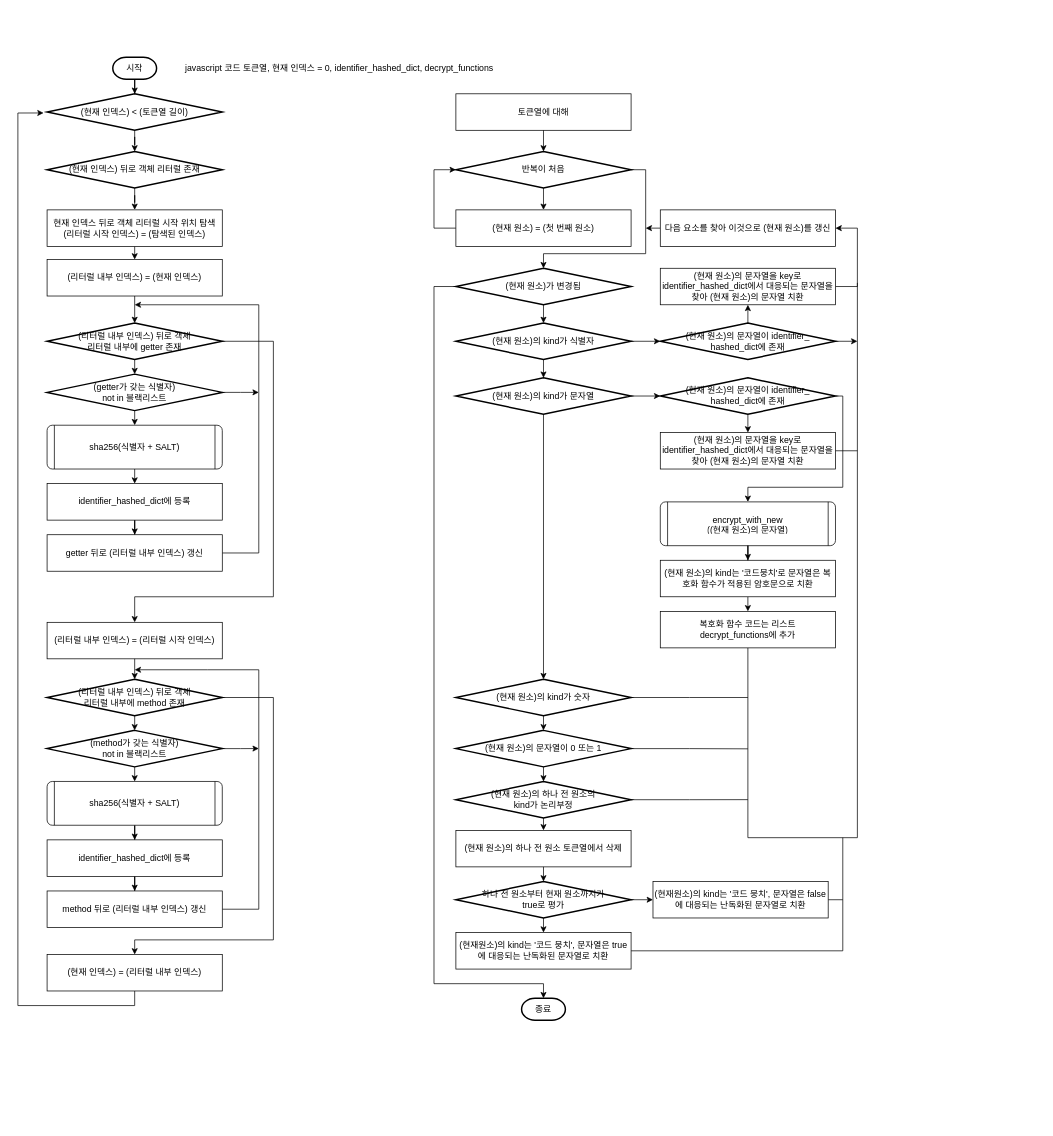
This is obfuscator.drawio from Choi-Suhyeon/ulangCompiler, a draw.io file, before an edit. Source tidied: cells renumbered, new cells numbered last; positions are measured from the earlier drawing's top-left corner, leaving out a move shared by most shapes. Both pictures are drawn from the tidied source at 73%, with x=0, y=0 at pixel (18, 57).
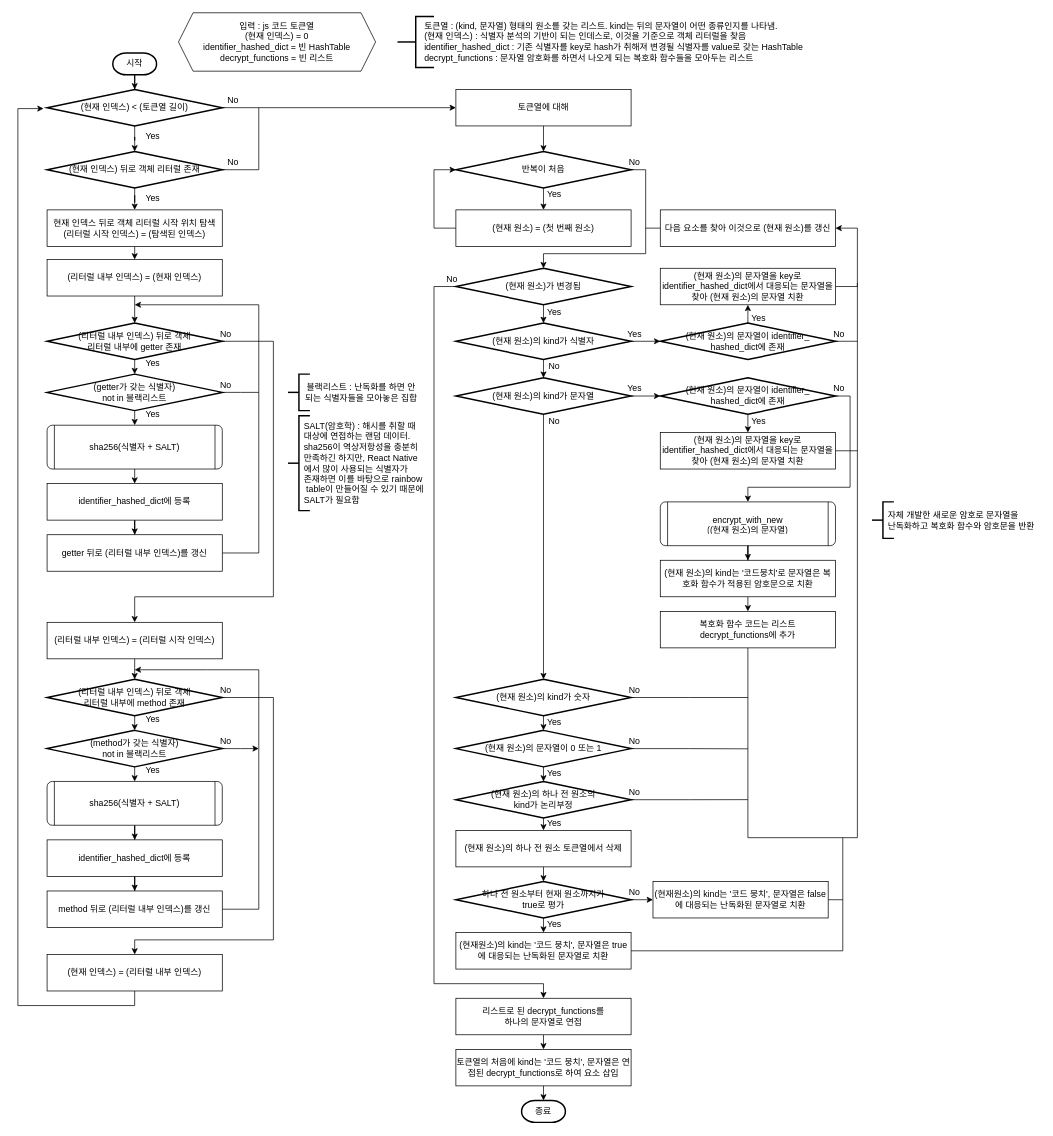
After the change.

Unchanged cells that the change refers to:
```xml
<mxCell id="13" value="(getter가 갖는 식별자) &lt;br&gt;not in 블랙리스트" style="strokeWidth=2;html=1;shape=mxgraph.flowchart.decision;whiteSpace=wrap;" parent="1" vertex="1">
  <mxGeometry x="40" y="434" width="240" height="50" as="geometry" />
</mxCell>
<mxCell id="40" value="(현재 인덱스) = (리터럴 내부 인덱스)" style="rounded=0;whiteSpace=wrap;html=1;" parent="1" vertex="1">
  <mxGeometry x="40" y="1229" width="240" height="50" as="geometry" />
</mxCell>
<mxCell id="42" value="(현재 인덱스) 뒤로 객체 리터럴 존재" style="strokeWidth=2;html=1;shape=mxgraph.flowchart.decision;whiteSpace=wrap;" parent="1" vertex="1">
  <mxGeometry x="40" y="129" width="240" height="50" as="geometry" />
</mxCell>
<mxCell id="51" value="(현재 원소)가 변경됨" style="strokeWidth=2;html=1;shape=mxgraph.flowchart.decision;whiteSpace=wrap;" parent="1" vertex="1">
  <mxGeometry x="600" y="289" width="240" height="50" as="geometry" />
</mxCell>
<mxCell id="55" value="(현재 원소)의 문자열이 identifier_&lt;br&gt;hashed_dict에 존재" style="strokeWidth=2;html=1;shape=mxgraph.flowchart.decision;whiteSpace=wrap;" parent="1" vertex="1">
  <mxGeometry x="880" y="364" width="240" height="50" as="geometry" />
</mxCell>
<mxCell id="63" value="(현재 원소)의 문자열이 identifier_&lt;br&gt;hashed_dict에 존재" style="strokeWidth=2;html=1;shape=mxgraph.flowchart.decision;whiteSpace=wrap;" parent="1" vertex="1">
  <mxGeometry x="880" y="439" width="240" height="50" as="geometry" />
</mxCell>
<mxCell id="68" style="verticalLabelPosition=bottom;verticalAlign=top;html=1;shape=process;whiteSpace=wrap;rounded=1;size=0.041666666666666664;arcSize=12;" parent="67" vertex="1">
  <mxGeometry width="240" height="60" as="geometry" />
</mxCell>
<mxCell id="95" value="다음 요소를 찾아 이것으로 (현재 원소)를 갱신" style="rounded=0;whiteSpace=wrap;html=1;" parent="1" vertex="1">
  <mxGeometry x="880" y="209" width="240" height="50" as="geometry" />
</mxCell>
```

The edit, as a diff of the source:
```diff
@@
     <mxCell id="3" value="시작" style="strokeWidth=2;html=1;shape=mxgraph.flowchart.terminator;whiteSpace=wrap;" parent="1" vertex="1">
-      <mxGeometry x="130" width="60" height="30" as="geometry" />
+      <mxGeometry x="130" y="-6" width="60" height="30" as="geometry" />
     </mxCell>
-    <mxCell id="4" value="javascript 코드 토큰열, 현재 인덱스 = 0, identifier_hashed_dict, decrypt_functions" style="text;html=1;align=center;verticalAlign=middle;strokeColor=none;fillColor=none;" parent="1" vertex="1">
-      <mxGeometry x="220" width="440" height="30" as="geometry" />
-    </mxCell>
@@
+    <mxCell id="98" style="edgeStyle=orthogonalEdgeStyle;rounded=0;jettySize=auto;html=1;exitX=1;exitY=0.5;exitDx=0;exitDy=0;exitPerimeter=0;entryX=0;entryY=0.5;entryDx=0;entryDy=0;" parent="1" edge="1" source="8" target="43">
+      <mxGeometry relative="1" as="geometry" />
+    </mxCell>
     <mxCell id="8" value="(현재 인덱스) &amp;lt; (토큰열 길이)" style="strokeWidth=2;html=1;shape=mxgraph.flowchart.decision;whiteSpace=wrap;" parent="1" vertex="1">
-      <mxGeometry x="40" y="50" width="240" height="50" as="geometry" />
+      <mxGeometry x="40" y="44" width="240" height="50" as="geometry" />
     </mxCell>
@@
-    <mxCell id="12" style="edgeStyle=orthogonalEdgeStyle;rounded=0;jettySize=auto;html=1;exitX=1;exitY=0.5;exitDx=0;exitDy=0;exitPerimeter=0;" parent="1" edge="1" source="13">
+    <mxCell id="12" style="edgeStyle=orthogonalEdgeStyle;rounded=0;jettySize=auto;html=1;exitX=1;exitY=0.5;exitDx=0;exitDy=0;exitPerimeter=0;endArrow=none;endFill=0;" parent="1" edge="1" source="13">
       <mxGeometry relative="1" as="geometry">
         <mxPoint x="330" y="459" as="targetPoint" />
       </mxGeometry>
     </mxCell>
@@
-    <mxCell id="21" value="getter 뒤로 (리터럴 내부 인덱스) 갱신" style="rounded=0;whiteSpace=wrap;html=1;" parent="1" vertex="1">
+    <mxCell id="21" value="getter 뒤로 (리터럴 내부 인덱스)를 갱신" style="rounded=0;whiteSpace=wrap;html=1;" parent="1" vertex="1">
       <mxGeometry x="40" y="654" width="240" height="50" as="geometry" />
     </mxCell>
@@
-    <mxCell id="34" value="method 뒤로 (리터럴 내부 인덱스) 갱신" style="rounded=0;whiteSpace=wrap;html=1;" parent="1" vertex="1">
+    <mxCell id="34" value="method 뒤로 (리터럴 내부 인덱스)를 갱신" style="rounded=0;whiteSpace=wrap;html=1;" parent="1" vertex="1">
       <mxGeometry x="40" y="1142" width="240" height="50" as="geometry" />
     </mxCell>
@@
     <mxCell id="39" style="edgeStyle=orthogonalEdgeStyle;rounded=0;jettySize=auto;html=1;exitX=0.5;exitY=1;exitDx=0;exitDy=0;entryX=-0.02;entryY=0.525;entryDx=0;entryDy=0;entryPerimeter=0;" parent="1" edge="1" source="40" target="8">
       <mxGeometry relative="1" as="geometry">
         <Array as="points">
           <mxPoint x="160" y="1299" />
           <mxPoint y="1299" />
-          <mxPoint y="76" />
+          <mxPoint y="70" />
         </Array>
       </mxGeometry>
     </mxCell>
@@
+    <mxCell id="99" style="edgeStyle=orthogonalEdgeStyle;rounded=0;jettySize=auto;html=1;exitX=1;exitY=0.5;exitDx=0;exitDy=0;exitPerimeter=0;endArrow=none;endFill=0;" parent="1" edge="1" source="42">
+      <mxGeometry relative="1" as="geometry">
+        <mxPoint x="330" y="69" as="targetPoint" />
+        <Array as="points">
+          <mxPoint x="330" y="154" />
+        </Array>
+      </mxGeometry>
+    </mxCell>
@@
     <mxCell id="43" value="토큰열에 대해" style="rounded=0;whiteSpace=wrap;html=1;" parent="1" vertex="1">
-      <mxGeometry x="600" y="50" width="240" height="50" as="geometry" />
+      <mxGeometry x="600" y="44" width="240" height="50" as="geometry" />
     </mxCell>
@@
-    <mxCell id="50" style="edgeStyle=orthogonalEdgeStyle;rounded=0;jettySize=auto;html=1;exitX=0;exitY=0.5;exitDx=0;exitDy=0;exitPerimeter=0;entryX=0.5;entryY=0;entryDx=0;entryDy=0;entryPerimeter=0;" parent="1" edge="1" source="51" target="96">
+    <mxCell id="50" style="edgeStyle=orthogonalEdgeStyle;rounded=0;jettySize=auto;html=1;exitX=0;exitY=0.5;exitDx=0;exitDy=0;exitPerimeter=0;entryX=0.5;entryY=0;entryDx=0;entryDy=0;" parent="1" edge="1" source="51" target="104">
       <mxGeometry relative="1" as="geometry">
         <Array as="points">
           <mxPoint x="570" y="314" />
           <mxPoint x="570" y="1269" />
           <mxPoint x="720" y="1269" />
         </Array>
       </mxGeometry>
     </mxCell>
@@
-    <mxCell id="54" style="edgeStyle=orthogonalEdgeStyle;rounded=0;jettySize=auto;html=1;exitX=1;exitY=0.5;exitDx=0;exitDy=0;exitPerimeter=0;" parent="1" edge="1" source="55">
+    <mxCell id="54" style="edgeStyle=orthogonalEdgeStyle;rounded=0;jettySize=auto;html=1;exitX=1;exitY=0.5;exitDx=0;exitDy=0;exitPerimeter=0;endArrow=none;endFill=0;" parent="1" edge="1" source="55">
       <mxGeometry relative="1" as="geometry">
         <mxPoint x="1150" y="389.3" as="targetPoint" />
       </mxGeometry>
     </mxCell>
@@
     <mxCell id="62" style="edgeStyle=orthogonalEdgeStyle;rounded=0;jettySize=auto;html=1;exitX=1;exitY=0.5;exitDx=0;exitDy=0;exitPerimeter=0;entryX=0.5;entryY=0;entryDx=0;entryDy=0;" parent="1" edge="1" source="63" target="68">
       <mxGeometry relative="1" as="geometry">
         <Array as="points">
-          <mxPoint x="1130" y="464" />
-          <mxPoint x="1130" y="589" />
+          <mxPoint x="1140" y="464" />
+          <mxPoint x="1140" y="589" />
           <mxPoint x="1000" y="589" />
         </Array>
       </mxGeometry>
     </mxCell>
@@
-    <mxCell id="94" style="edgeStyle=orthogonalEdgeStyle;rounded=0;jettySize=auto;html=1;exitX=0;exitY=0.5;exitDx=0;exitDy=0;" parent="1" edge="1" source="95">
+    <mxCell id="94" style="edgeStyle=orthogonalEdgeStyle;rounded=0;jettySize=auto;html=1;exitX=0;exitY=0.5;exitDx=0;exitDy=0;endArrow=none;endFill=0;" parent="1" edge="1" source="95">
       <mxGeometry relative="1" as="geometry">
         <mxPoint x="860" y="234.2" as="targetPoint" />
       </mxGeometry>
     </mxCell>
@@
     <mxCell id="96" value="종료" style="strokeWidth=2;html=1;shape=mxgraph.flowchart.terminator;whiteSpace=wrap;" parent="1" vertex="1">
-      <mxGeometry x="690" y="1289" width="60" height="30" as="geometry" />
+      <mxGeometry x="690" y="1429" width="60" height="30" as="geometry" />
     </mxCell>
@@
+    <mxCell id="100" value="입력 : js 코드 토큰열&lt;br&gt;(현재 인덱스) = 0&lt;br&gt;identifier_hashed_dict = 빈 HashTable&lt;br&gt;decrypt_functions = 빈 리스트" style="shape=hexagon;perimeter=hexagonPerimeter2;whiteSpace=wrap;html=1;fixedSize=1;" parent="1" vertex="1">
+      <mxGeometry x="220" y="-61" width="270" height="80" as="geometry" />
+    </mxCell>
+    <mxCell id="101" style="strokeWidth=2;html=1;shape=mxgraph.flowchart.annotation_2;align=left;labelPosition=right;" parent="1" vertex="1">
+      <mxGeometry x="520" y="-56" width="50" height="70" as="geometry" />
+    </mxCell>
+    <mxCell id="102" value="토큰열 : (kind, 문자열) 형태의 원소를 갖는 리스트. kind는 뒤의 문자열이 어떤 종류인지를 나타냄.&lt;br&gt;(현재 인덱스) : 식별자 분석의 기반이 되는 인데스로, 이것을 기준으로 객체 리터럴을 찾음&lt;br&gt;identifier_hashed_dict : 기존 식별자를 key로 hash가 취해져 변경될 식별자를 value로 갖는 HashTable&lt;br&gt;decrypt_functions : 문자열 암호화를 하면서 나오게 되는 복호화 함수들을 모아두는 리스트" style="text;html=1;align=left;verticalAlign=middle;strokeColor=none;fillColor=none;" parent="1" vertex="1">
+      <mxGeometry x="555" y="-56" width="530" height="70" as="geometry" />
+    </mxCell>
+    <mxCell id="103" style="edgeStyle=orthogonalEdgeStyle;rounded=0;jettySize=auto;html=1;exitX=0.5;exitY=1;exitDx=0;exitDy=0;entryX=0.5;entryY=0;entryDx=0;entryDy=0;" parent="1" edge="1" source="104" target="105">
+      <mxGeometry relative="1" as="geometry" />
+    </mxCell>
+    <mxCell id="104" value="리스트로 된 decrypt_functions를 &lt;br&gt;하나의 문자열로 연접" style="rounded=0;whiteSpace=wrap;html=1;" parent="1" vertex="1">
+      <mxGeometry x="600" y="1289" width="240" height="50" as="geometry" />
+    </mxCell>
+    <mxCell id="105" value="토큰열의 처음에 kind는 '코드 뭉치', 문자열은 연접된 decrypt_functions로 하여 요소 삽입" style="rounded=0;whiteSpace=wrap;html=1;" parent="1" vertex="1">
+      <mxGeometry x="600" y="1359" width="240" height="50" as="geometry" />
+    </mxCell>
+    <mxCell id="106" style="edgeStyle=orthogonalEdgeStyle;rounded=0;jettySize=auto;html=1;exitX=0.5;exitY=1;exitDx=0;exitDy=0;entryX=0.5;entryY=0;entryDx=0;entryDy=0;entryPerimeter=0;" parent="1" edge="1" source="105" target="96">
+      <mxGeometry relative="1" as="geometry" />
+    </mxCell>
+    <mxCell id="107" style="group;" parent="1" vertex="1">
+      <mxGeometry x="370" y="434" width="185" height="50" as="geometry" />
+    </mxCell>
+    <mxCell id="108" style="strokeWidth=2;html=1;shape=mxgraph.flowchart.annotation_2;align=left;labelPosition=right;" parent="107" vertex="1">
+      <mxGeometry width="30" height="50" as="geometry" />
+    </mxCell>
+    <mxCell id="109" value="블랙리스트 : 난독화를 하면 안 &lt;br&gt;&lt;div style=&quot;text-align: left;&quot;&gt;되는&amp;nbsp;식별자들을 모아놓은 집합&lt;/div&gt;" style="text;html=1;align=center;verticalAlign=middle;strokeColor=none;fillColor=none;" parent="107" vertex="1">
+      <mxGeometry x="15" y="5" width="170" height="40" as="geometry" />
+    </mxCell>
+    <mxCell id="110" style="strokeWidth=2;html=1;shape=mxgraph.flowchart.annotation_2;align=left;labelPosition=right;" parent="1" vertex="1">
+      <mxGeometry x="370" y="491" width="30" height="130" as="geometry" />
+    </mxCell>
+    <mxCell id="111" value="SALT(암호학) : 해시를 취할 때&lt;br&gt;대상에 연접하는 랜덤 데이터.&lt;br&gt;sha256이 역상저항성을 충분히&lt;br&gt;만족하긴 하지만, React Native&lt;br&gt;에서 많이 사용되는 식별자가&lt;br&gt;존재하면 이를 바탕으로 rainbow&lt;br&gt;&amp;nbsp;table이 만들어질 수 있기 때문에 &lt;br&gt;SALT가 필요함" style="text;html=1;align=left;verticalAlign=middle;strokeColor=none;fillColor=none;" parent="1" vertex="1">
+      <mxGeometry x="390" y="491" width="180" height="130" as="geometry" />
+    </mxCell>
+    <mxCell id="112" style="group;" parent="1" vertex="1">
+      <mxGeometry x="1170" y="609" width="205" height="50" as="geometry" />
+    </mxCell>
+    <mxCell id="113" style="strokeWidth=2;html=1;shape=mxgraph.flowchart.annotation_2;align=left;labelPosition=right;" parent="112" vertex="1">
+      <mxGeometry width="30" height="50" as="geometry" />
+    </mxCell>
+    <mxCell id="114" value="자체 개발한 새로운 암호로 문자열을 &lt;br&gt;&lt;div style=&quot;&quot;&gt;난독화하고 복호화 함수와 암호문을 반환&lt;/div&gt;" style="text;html=1;align=left;verticalAlign=middle;strokeColor=none;fillColor=none;" parent="112" vertex="1">
+      <mxGeometry x="20" y="5" width="210" height="40" as="geometry" />
+    </mxCell>
+    <mxCell id="115" value="Yes" style="text;strokeColor=none;fillColor=none;align=center;verticalAlign=middle;spacingLeft=4;spacingRight=4;overflow=hidden;whiteSpace=wrap;html=1;" parent="1" vertex="1">
+      <mxGeometry x="170" y="94" width="30" height="30" as="geometry" />
+    </mxCell>
+    <mxCell id="116" value="Yes" style="text;strokeColor=none;fillColor=none;align=center;verticalAlign=middle;spacingLeft=4;spacingRight=4;overflow=hidden;whiteSpace=wrap;html=1;" parent="1" vertex="1">
+      <mxGeometry x="170" y="179" width="30" height="30" as="geometry" />
+    </mxCell>
+    <mxCell id="117" value="No" style="text;strokeColor=none;fillColor=none;align=center;verticalAlign=middle;spacingLeft=4;spacingRight=4;overflow=hidden;whiteSpace=wrap;html=1;" parent="1" vertex="1">
+      <mxGeometry x="280" y="44" width="30" height="30" as="geometry" />
+    </mxCell>
+    <mxCell id="118" value="No" style="text;strokeColor=none;fillColor=none;align=center;verticalAlign=middle;spacingLeft=4;spacingRight=4;overflow=hidden;whiteSpace=wrap;html=1;" parent="1" vertex="1">
+      <mxGeometry x="280" y="129" width="30" height="30" as="geometry" />
+    </mxCell>
+    <mxCell id="119" value="Yes" style="text;strokeColor=none;fillColor=none;align=center;verticalAlign=middle;spacingLeft=4;spacingRight=4;overflow=hidden;whiteSpace=wrap;html=1;" parent="1" vertex="1">
+      <mxGeometry x="170" y="404" width="30" height="30" as="geometry" />
+    </mxCell>
+    <mxCell id="120" value="Yes" style="text;strokeColor=none;fillColor=none;align=center;verticalAlign=middle;spacingLeft=4;spacingRight=4;overflow=hidden;whiteSpace=wrap;html=1;" parent="1" vertex="1">
+      <mxGeometry x="170" y="474" width="30" height="30" as="geometry" />
+    </mxCell>
+    <mxCell id="121" value="No" style="text;strokeColor=none;fillColor=none;align=center;verticalAlign=middle;spacingLeft=4;spacingRight=4;overflow=hidden;whiteSpace=wrap;html=1;" parent="1" vertex="1">
+      <mxGeometry x="270" y="364" width="30" height="30" as="geometry" />
+    </mxCell>
+    <mxCell id="122" value="No" style="text;strokeColor=none;fillColor=none;align=center;verticalAlign=middle;spacingLeft=4;spacingRight=4;overflow=hidden;whiteSpace=wrap;html=1;" parent="1" vertex="1">
+      <mxGeometry x="270" y="434" width="30" height="30" as="geometry" />
+    </mxCell>
+    <mxCell id="123" value="Yes" style="text;strokeColor=none;fillColor=none;align=center;verticalAlign=middle;spacingLeft=4;spacingRight=4;overflow=hidden;whiteSpace=wrap;html=1;" parent="1" vertex="1">
+      <mxGeometry x="170" y="892" width="30" height="30" as="geometry" />
+    </mxCell>
+    <mxCell id="124" value="Yes" style="text;strokeColor=none;fillColor=none;align=center;verticalAlign=middle;spacingLeft=4;spacingRight=4;overflow=hidden;whiteSpace=wrap;html=1;" parent="1" vertex="1">
+      <mxGeometry x="170" y="962" width="30" height="30" as="geometry" />
+    </mxCell>
+    <mxCell id="125" value="No" style="text;strokeColor=none;fillColor=none;align=center;verticalAlign=middle;spacingLeft=4;spacingRight=4;overflow=hidden;whiteSpace=wrap;html=1;" parent="1" vertex="1">
+      <mxGeometry x="270" y="852" width="30" height="30" as="geometry" />
+    </mxCell>
+    <mxCell id="126" value="No" style="text;strokeColor=none;fillColor=none;align=center;verticalAlign=middle;spacingLeft=4;spacingRight=4;overflow=hidden;whiteSpace=wrap;html=1;" parent="1" vertex="1">
+      <mxGeometry x="270" y="922" width="30" height="30" as="geometry" />
+    </mxCell>
+    <mxCell id="127" value="Yes" style="text;strokeColor=none;fillColor=none;align=center;verticalAlign=middle;spacingLeft=4;spacingRight=4;overflow=hidden;whiteSpace=wrap;html=1;" parent="1" vertex="1">
+      <mxGeometry x="720" y="173" width="30" height="30" as="geometry" />
+    </mxCell>
+    <mxCell id="128" value="No" style="text;strokeColor=none;fillColor=none;align=center;verticalAlign=middle;spacingLeft=4;spacingRight=4;overflow=hidden;whiteSpace=wrap;html=1;" parent="1" vertex="1">
+      <mxGeometry x="830" y="129" width="30" height="30" as="geometry" />
+    </mxCell>
+    <mxCell id="129" value="Yes" style="text;strokeColor=none;fillColor=none;align=center;verticalAlign=middle;spacingLeft=4;spacingRight=4;overflow=hidden;whiteSpace=wrap;html=1;" parent="1" vertex="1">
+      <mxGeometry x="720" y="334" width="30" height="30" as="geometry" />
+    </mxCell>
+    <mxCell id="130" value="No" style="text;strokeColor=none;fillColor=none;align=center;verticalAlign=middle;spacingLeft=4;spacingRight=4;overflow=hidden;whiteSpace=wrap;html=1;" parent="1" vertex="1">
+      <mxGeometry x="580" y="289" width="30" height="30" as="geometry" />
+    </mxCell>
+    <mxCell id="131" value="Yes" style="text;strokeColor=none;fillColor=none;align=center;verticalAlign=middle;spacingLeft=4;spacingRight=4;overflow=hidden;whiteSpace=wrap;html=1;" parent="1" vertex="1">
+      <mxGeometry x="830" y="364" width="30" height="30" as="geometry" />
+    </mxCell>
+    <mxCell id="132" value="No" style="text;strokeColor=none;fillColor=none;align=center;verticalAlign=middle;spacingLeft=4;spacingRight=4;overflow=hidden;whiteSpace=wrap;html=1;" parent="1" vertex="1">
+      <mxGeometry x="720" y="409" width="30" height="30" as="geometry" />
+    </mxCell>
+    <mxCell id="133" value="Yes" style="text;strokeColor=none;fillColor=none;align=center;verticalAlign=middle;spacingLeft=4;spacingRight=4;overflow=hidden;whiteSpace=wrap;html=1;" parent="1" vertex="1">
+      <mxGeometry x="1000" y="343" width="30" height="30" as="geometry" />
+    </mxCell>
+    <mxCell id="134" value="No" style="text;strokeColor=none;fillColor=none;align=center;verticalAlign=middle;spacingLeft=4;spacingRight=4;overflow=hidden;whiteSpace=wrap;html=1;" parent="1" vertex="1">
+      <mxGeometry x="1110" y="364" width="30" height="30" as="geometry" />
+    </mxCell>
+    <mxCell id="135" value="Yes" style="text;strokeColor=none;fillColor=none;align=center;verticalAlign=middle;spacingLeft=4;spacingRight=4;overflow=hidden;whiteSpace=wrap;html=1;" parent="1" vertex="1">
+      <mxGeometry x="830" y="439" width="30" height="30" as="geometry" />
+    </mxCell>
+    <mxCell id="136" value="No" style="text;strokeColor=none;fillColor=none;align=center;verticalAlign=middle;spacingLeft=4;spacingRight=4;overflow=hidden;whiteSpace=wrap;html=1;" parent="1" vertex="1">
+      <mxGeometry x="720" y="484" width="30" height="30" as="geometry" />
+    </mxCell>
+    <mxCell id="137" value="Yes" style="text;strokeColor=none;fillColor=none;align=center;verticalAlign=middle;spacingLeft=4;spacingRight=4;overflow=hidden;whiteSpace=wrap;html=1;" parent="1" vertex="1">
+      <mxGeometry x="1000" y="484" width="30" height="30" as="geometry" />
+    </mxCell>
+    <mxCell id="138" value="No" style="text;strokeColor=none;fillColor=none;align=center;verticalAlign=middle;spacingLeft=4;spacingRight=4;overflow=hidden;whiteSpace=wrap;html=1;" parent="1" vertex="1">
+      <mxGeometry x="1110" y="439" width="30" height="30" as="geometry" />
+    </mxCell>
+    <mxCell id="139" value="No" style="text;strokeColor=none;fillColor=none;align=center;verticalAlign=middle;spacingLeft=4;spacingRight=4;overflow=hidden;whiteSpace=wrap;html=1;" parent="1" vertex="1">
+      <mxGeometry x="830" y="852" width="30" height="30" as="geometry" />
+    </mxCell>
+    <mxCell id="140" value="No" style="text;strokeColor=none;fillColor=none;align=center;verticalAlign=middle;spacingLeft=4;spacingRight=4;overflow=hidden;whiteSpace=wrap;html=1;" parent="1" vertex="1">
+      <mxGeometry x="830" y="922" width="30" height="30" as="geometry" />
+    </mxCell>
+    <mxCell id="141" value="No" style="text;strokeColor=none;fillColor=none;align=center;verticalAlign=middle;spacingLeft=4;spacingRight=4;overflow=hidden;whiteSpace=wrap;html=1;" parent="1" vertex="1">
+      <mxGeometry x="830" y="992" width="30" height="30" as="geometry" />
+    </mxCell>
+    <mxCell id="142" value="Yes" style="text;strokeColor=none;fillColor=none;align=center;verticalAlign=middle;spacingLeft=4;spacingRight=4;overflow=hidden;whiteSpace=wrap;html=1;" parent="1" vertex="1">
+      <mxGeometry x="720" y="896" width="30" height="30" as="geometry" />
+    </mxCell>
+    <mxCell id="143" value="Yes" style="text;strokeColor=none;fillColor=none;align=center;verticalAlign=middle;spacingLeft=4;spacingRight=4;overflow=hidden;whiteSpace=wrap;html=1;" parent="1" vertex="1">
+      <mxGeometry x="720" y="966" width="30" height="30" as="geometry" />
+    </mxCell>
+    <mxCell id="144" value="Yes" style="text;strokeColor=none;fillColor=none;align=center;verticalAlign=middle;spacingLeft=4;spacingRight=4;overflow=hidden;whiteSpace=wrap;html=1;" parent="1" vertex="1">
+      <mxGeometry x="720" y="1034" width="30" height="30" as="geometry" />
+    </mxCell>
+    <mxCell id="145" value="Yes" style="text;strokeColor=none;fillColor=none;align=center;verticalAlign=middle;spacingLeft=4;spacingRight=4;overflow=hidden;whiteSpace=wrap;html=1;" parent="1" vertex="1">
+      <mxGeometry x="720" y="1173" width="30" height="30" as="geometry" />
+    </mxCell>
+    <mxCell id="146" value="No" style="text;strokeColor=none;fillColor=none;align=center;verticalAlign=middle;spacingLeft=4;spacingRight=4;overflow=hidden;whiteSpace=wrap;html=1;" parent="1" vertex="1">
+      <mxGeometry x="830" y="1129" width="30" height="30" as="geometry" />
+    </mxCell>
```
